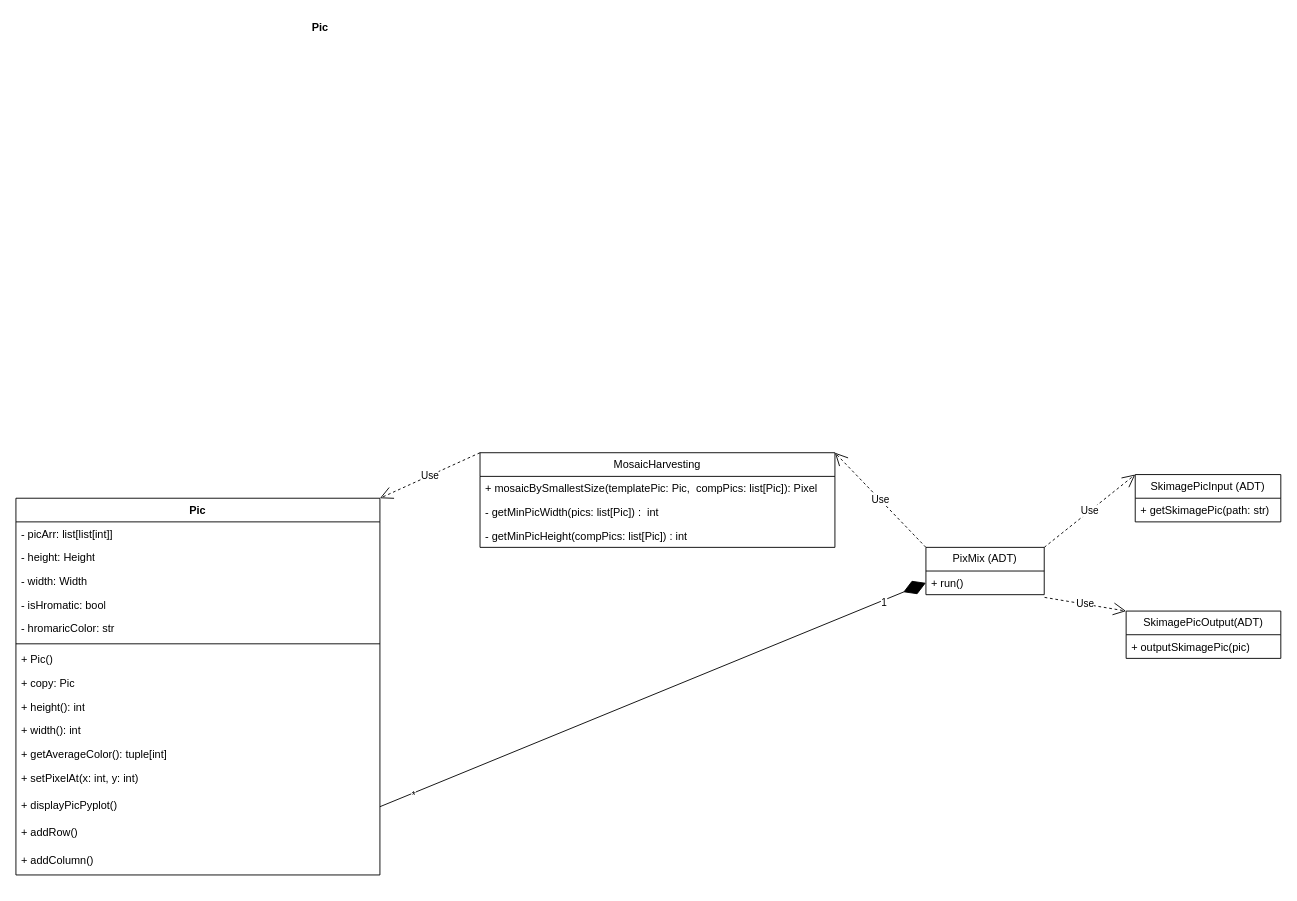
The draw.io diagram page "диаграмма классов" (2 of 2) of arc.drawio in Sqaz33/PicMix, before the edit. Source tidied: cells renumbered, new cells numbered last; positions are measured from the earlier drawing's top-left corner, leaving out a move shared by most shapes. Both pictures are drawn from the tidied source at 91%, with x=0, y=0 at pixel (15, 15).
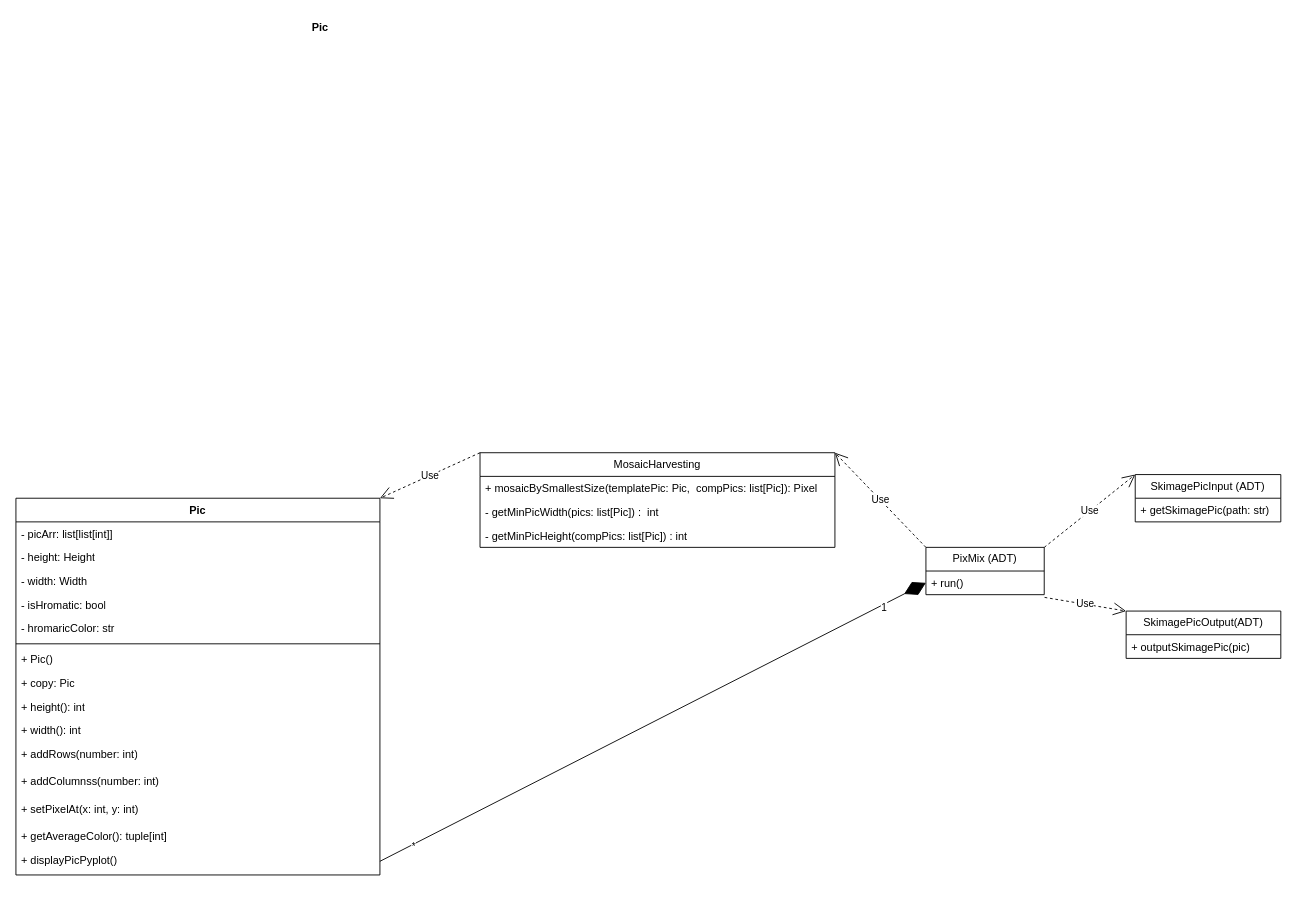
The same diagram, later.

Unchanged cells that the change refers to:
```xml
<mxCell id="6" value="Pic" style="swimlane;fontStyle=1;align=center;verticalAlign=top;horizontal=1;startSize=26;whiteSpace=wrap;html=1;" parent="1" vertex="1">
  <mxGeometry y="530" width="400" height="414" as="geometry" />
</mxCell>
```

The edit, as a diff of the source:
```diff
@@
+    <mxCell id="21" value="+ addRows(number: int)" style="text;strokeColor=none;fillColor=none;align=left;verticalAlign=top;spacingLeft=4;spacingRight=4;overflow=hidden;whiteSpace=wrap;html=1;" parent="6" vertex="1">
+      <mxGeometry y="268" width="400" height="30" as="geometry" />
+    </mxCell>
+    <mxCell id="36" value="+ addColumnss(number: int)" style="text;strokeColor=none;fillColor=none;align=left;verticalAlign=top;spacingLeft=4;spacingRight=4;overflow=hidden;whiteSpace=wrap;html=1;" parent="6" vertex="1">
+      <mxGeometry y="298" width="400" height="30" as="geometry" />
+    </mxCell>
+    <mxCell id="18" value="+ setPixelAt(x: int, y: int)" style="text;strokeColor=none;fillColor=none;align=left;verticalAlign=top;spacingLeft=4;spacingRight=4;overflow=hidden;whiteSpace=wrap;html=1;" parent="6" vertex="1">
+      <mxGeometry y="328" width="400" height="30" as="geometry" />
+    </mxCell>
     <mxCell id="17" value="+ getAverageColor(): tuple[int]" style="text;strokeColor=none;fillColor=none;align=left;verticalAlign=top;spacingLeft=4;spacingRight=4;overflow=hidden;whiteSpace=wrap;html=1;" parent="6" vertex="1">
-      <mxGeometry y="268" width="400" height="26" as="geometry" />
+      <mxGeometry y="358" width="400" height="26" as="geometry" />
     </mxCell>
-    <mxCell id="18" value="+ setPixelAt(x: int, y: int)" style="text;strokeColor=none;fillColor=none;align=left;verticalAlign=top;spacingLeft=4;spacingRight=4;overflow=hidden;whiteSpace=wrap;html=1;" parent="6" vertex="1">
-      <mxGeometry y="294" width="400" height="30" as="geometry" />
-    </mxCell>
     <mxCell id="19" value="+ displayPicPyplot()" style="text;strokeColor=none;fillColor=none;align=left;verticalAlign=top;spacingLeft=4;spacingRight=4;overflow=hidden;points=[[0,0.5],[1,0.5]];portConstraint=eastwest;whiteSpace=wrap;html=1;" parent="6" vertex="1">
-      <mxGeometry y="324" width="400" height="30" as="geometry" />
+      <mxGeometry y="384" width="400" height="30" as="geometry" />
     </mxCell>
-    <mxCell id="20" value="+ addRow()" style="text;strokeColor=none;fillColor=none;align=left;verticalAlign=top;spacingLeft=4;spacingRight=4;overflow=hidden;whiteSpace=wrap;html=1;" parent="6" vertex="1">
-      <mxGeometry y="354" width="400" height="30" as="geometry" />
-    </mxCell>
-    <mxCell id="21" value="+ addColumn()" style="text;strokeColor=none;fillColor=none;align=left;verticalAlign=top;spacingLeft=4;spacingRight=4;overflow=hidden;whiteSpace=wrap;html=1;" parent="6" vertex="1">
-      <mxGeometry y="384" width="400" height="30" as="geometry" />
-    </mxCell>
```
